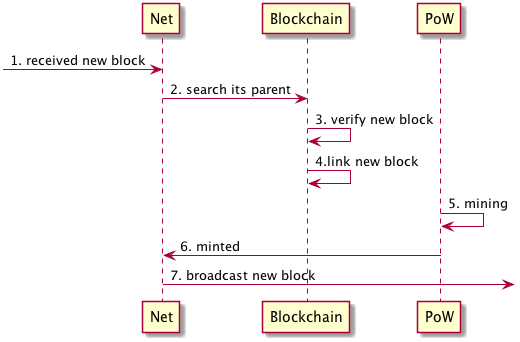
Earlier version of the PlantUML export resources/workflow.png (nebulasio/wiki).
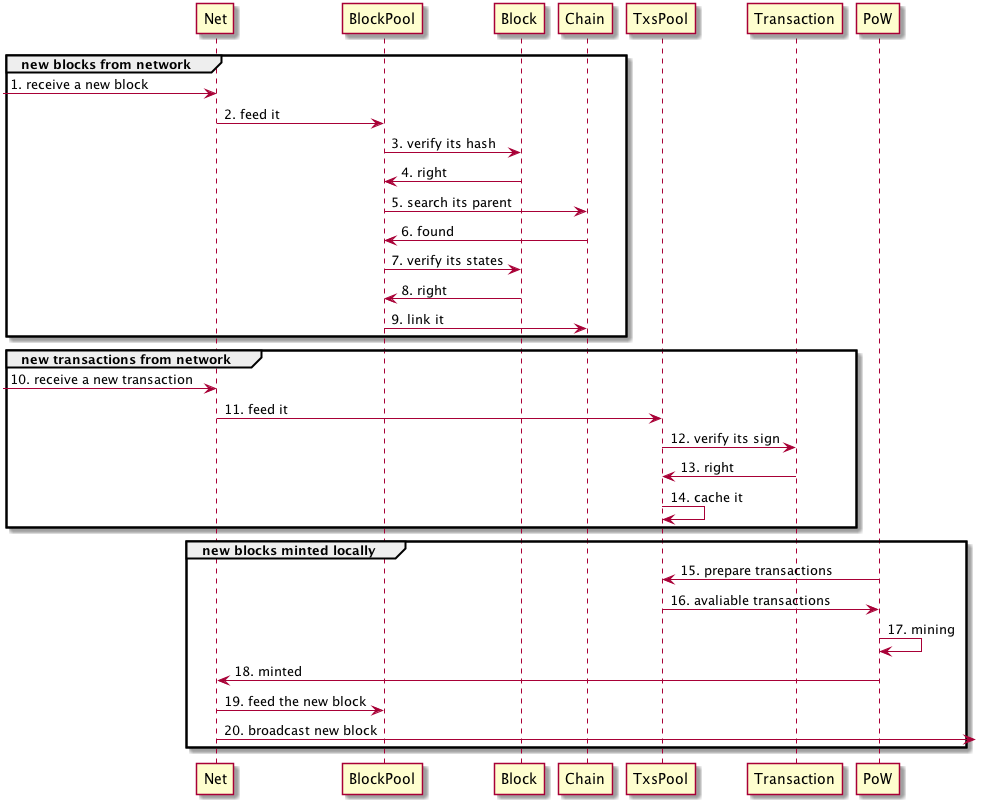
Later version of the same file.

What changed in the source:
```diff
@@ -1,11 +1,32 @@
 @startuml workflow
 
--> Net: 1. received new block
-Net -> Blockchain: 2. search its parent
-Blockchain -> Blockchain: 3. verify new block
-Blockchain -> Blockchain: 4.link new block
-PoW -> PoW: 5. mining
-PoW -> Net: 6. minted
-Net -> : 7. broadcast new block
+group new blocks from network
+    -> Net: 1. receive a new block
+    Net -> BlockPool: 2. feed it
+    BlockPool -> Block: 3. verify its hash
+    Block -> BlockPool: 4. right
+    BlockPool -> Chain: 5. search its parent
+    Chain -> BlockPool: 6. found
+    BlockPool -> Block: 7. verify its states
+    Block -> BlockPool: 8. right
+    BlockPool -> Chain: 9. link it
+end
+
+group new transactions from network
+    -> Net: 10. receive a new transaction
+    Net -> TxsPool: 11. feed it
+    TxsPool -> Transaction: 12. verify its sign
+    Transaction -> TxsPool: 13. right
+    TxsPool -> TxsPool: 14. cache it
+end
+
+group new blocks minted locally
+    PoW -> TxsPool: 15. prepare transactions
+    TxsPool -> PoW: 16. avaliable transactions
+    PoW -> PoW: 17. mining
+    PoW -> Net: 18. minted
+    Net ->  BlockPool: 19. feed the new block
+    Net -> : 20. broadcast new block
+end
 
 @enduml
```
